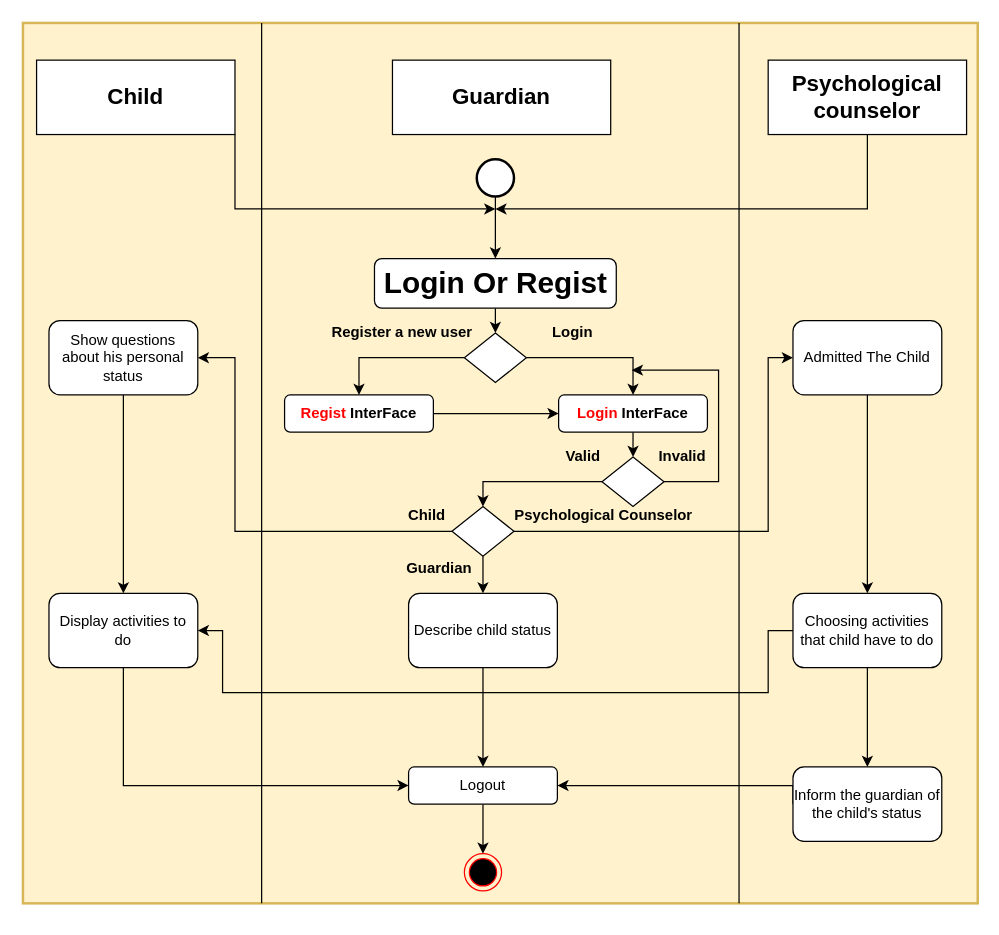
This is Untitled Diagram.drawio from xdayeh/Modeling-software, a draw.io file, before an edit. Source tidied: cells renumbered, new cells numbered last; positions are measured from the earlier drawing's top-left corner, leaving out a move shared by most shapes. Both pictures are drawn from the tidied source at 124%, with x=0, y=0 at pixel (22, 22).
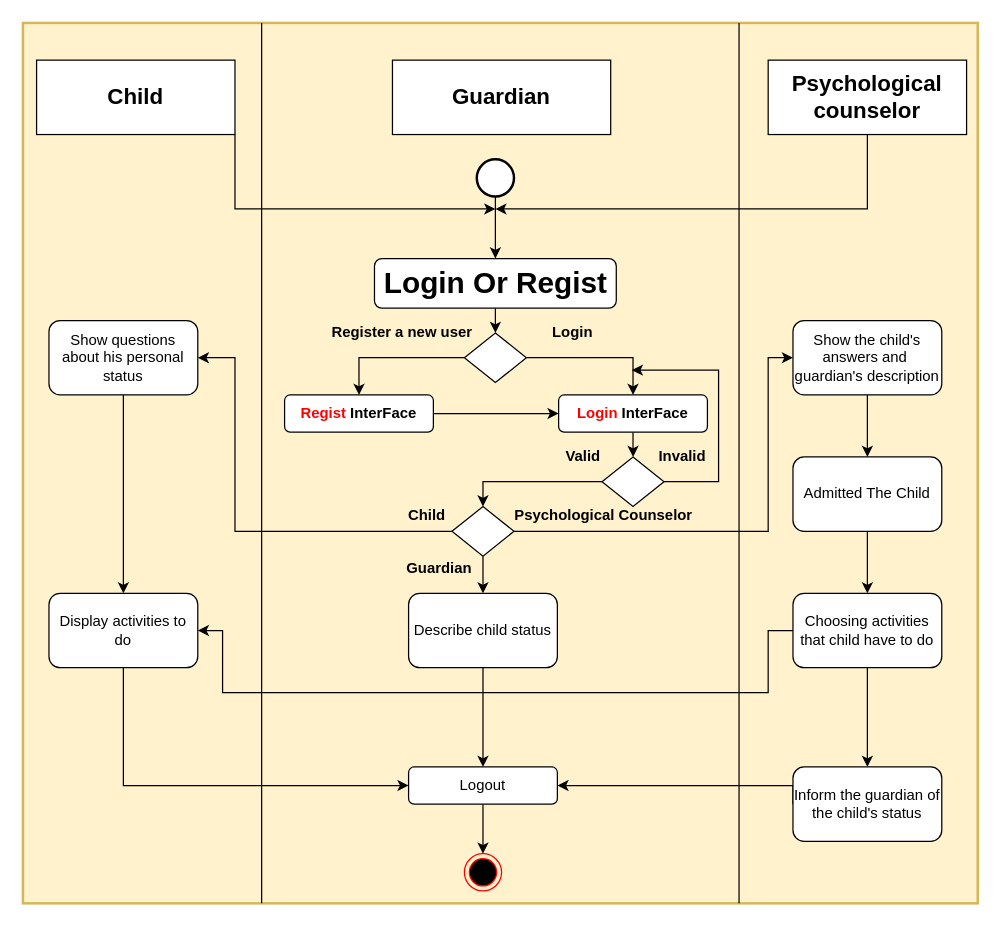
The same page after the edit.

Unchanged cells that the change refers to:
```xml
<mxCell id="31" style="rhombus;whiteSpace=wrap;html=1;" parent="1" vertex="1">
  <mxGeometry x="346" y="390" width="50" height="40" as="geometry" />
</mxCell>
```

Diff of the diagram source:
```diff
@@
-    <mxCell id="30" style="edgeStyle=orthogonalEdgeStyle;rounded=0;jettySize=auto;html=1;exitX=1;exitY=0.5;exitDx=0;exitDy=0;entryX=0;entryY=0.5;entryDx=0;entryDy=0;" parent="1" edge="1" source="31" target="34">
+    <mxCell id="30" style="edgeStyle=orthogonalEdgeStyle;rounded=0;jettySize=auto;html=1;exitX=1;exitY=0.5;exitDx=0;exitDy=0;entryX=0;entryY=0.5;entryDx=0;entryDy=0;" parent="1" edge="1" source="31" target="54">
       <mxGeometry relative="1" as="geometry">
         <Array as="points">
           <mxPoint x="601" y="410" />
           <mxPoint x="601" y="270" />
         </Array>
       </mxGeometry>
     </mxCell>
@@
     <mxCell id="34" value="Admitted The Child" style="rounded=1;whiteSpace=wrap;html=1;" parent="1" vertex="1">
-      <mxGeometry x="621" y="240" width="120" height="60" as="geometry" />
+      <mxGeometry x="621" y="350" width="120" height="60" as="geometry" />
     </mxCell>
@@
+    <mxCell id="53" style="edgeStyle=orthogonalEdgeStyle;rounded=0;jettySize=auto;html=1;exitX=0.5;exitY=1;exitDx=0;exitDy=0;entryX=0.5;entryY=0;entryDx=0;entryDy=0;" parent="1" edge="1" source="54" target="34">
+      <mxGeometry relative="1" as="geometry" />
+    </mxCell>
+    <mxCell id="54" value="Show the child's answers and&amp;nbsp; guardian's description" style="rounded=1;whiteSpace=wrap;html=1;" parent="1" vertex="1">
+      <mxGeometry x="621" y="240" width="120" height="60" as="geometry" />
+    </mxCell>
```
